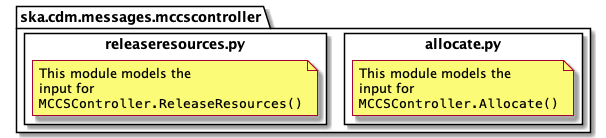
ska-telescope/cdm-shared-library keeps this PlantUML diagram as docs/src/developer/mccscontroller/mccscontroller.png. Above is the earlier version. Source of this version:
```plantuml
@startuml
hide empty members

package ska.cdm.messages.mccscontroller {
	package allocate.py <<Rectangle>> {
		note as N1
			This module models the
			input for
			""MCCSController.Allocate()""
		end note
	}

	package releaseresources.py <<Rectangle>> {
		note as N2
			This module models the
			input for
			""MCCSController.ReleaseResources()""
		end note
	}
}

@enduml
```
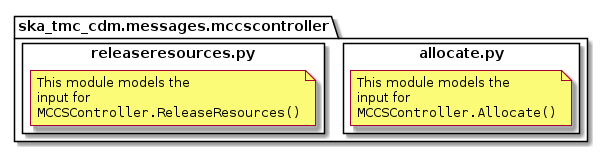
After the commit.

What changed in the source:
```diff
@@ -1,7 +1,7 @@
 @startuml
 hide empty members
 
-package ska.cdm.messages.mccscontroller {
+package ska_tmc_cdm.messages.mccscontroller {
 	package allocate.py <<Rectangle>> {
 		note as N1
 			This module models the
```
